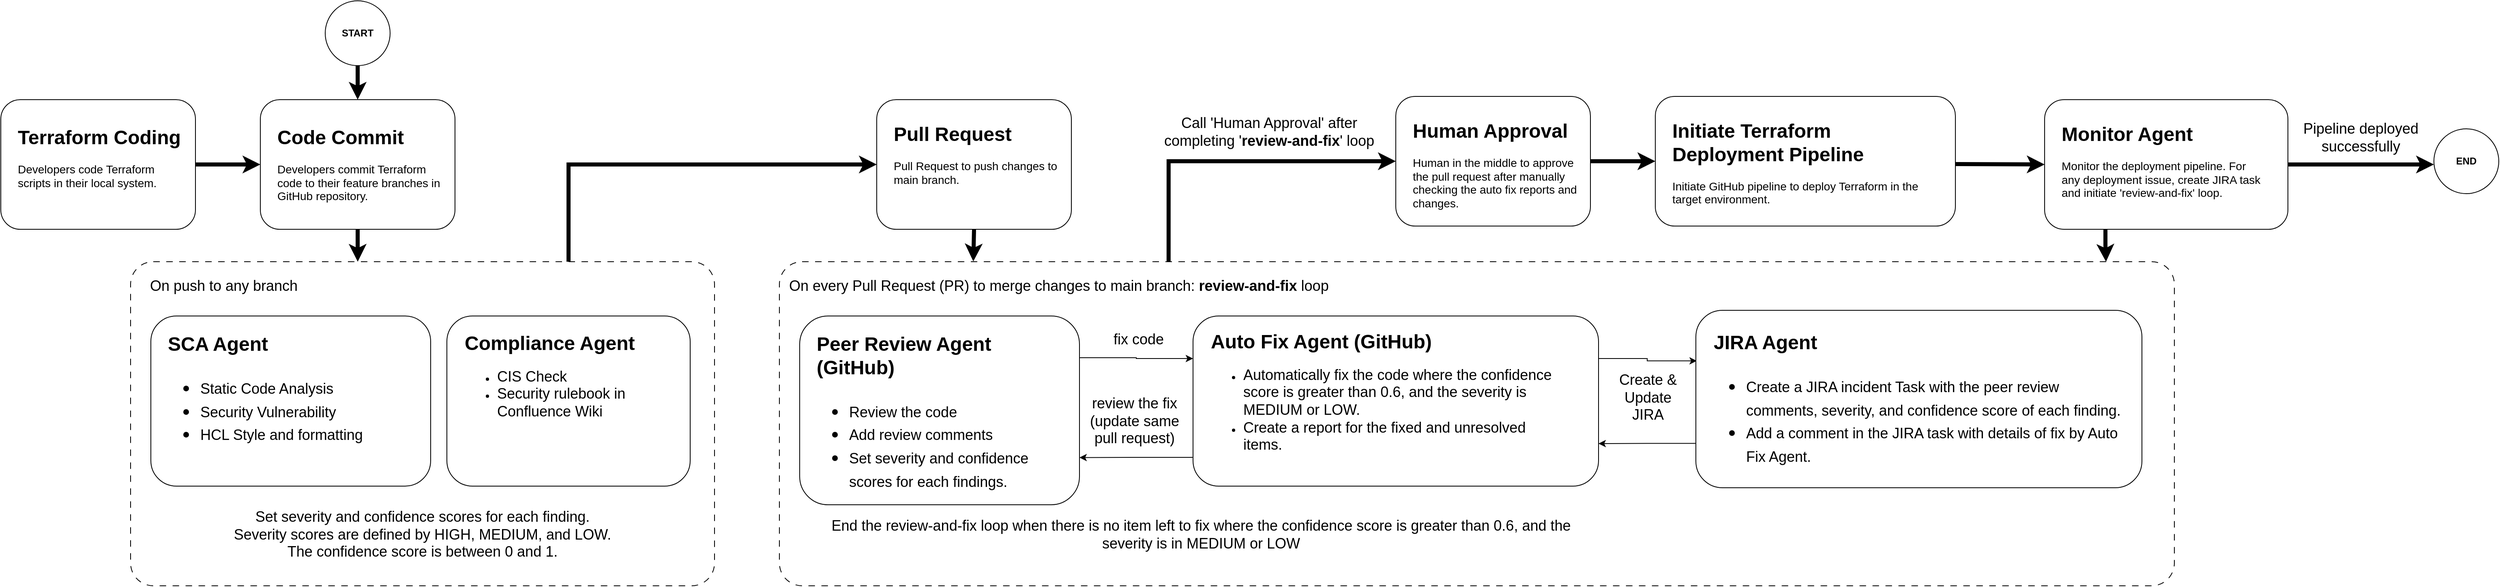
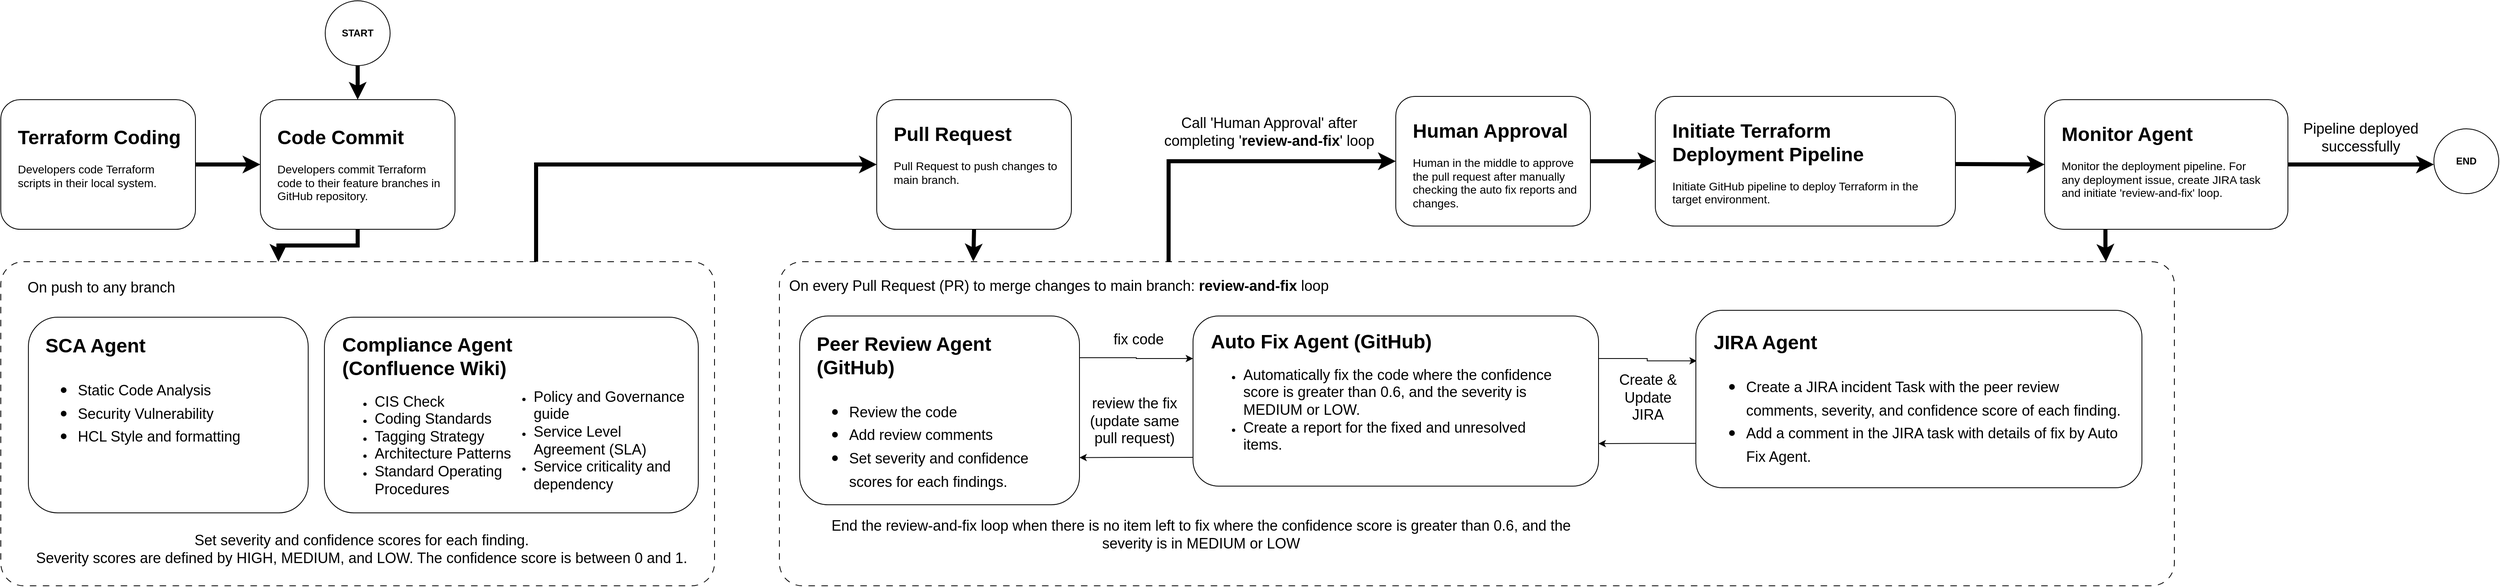
<mxfile host="app.diagrams.net">
  <diagram name="Page-1" id="llQ14HlxIDWXj9B5HY60">
    <mxGraphModel dx="1006" dy="638" grid="1" gridSize="10" guides="1" tooltips="1" connect="1" arrows="1" fold="1" page="1" pageScale="1" pageWidth="850" pageHeight="1100" math="0" shadow="0">
      <root>
        <mxCell id="0" />
        <mxCell id="1" parent="0" />
        <mxCell id="IWc9zJM8tDhvkjJ2dRjy-13" edge="1" parent="1" source="IWc9zJM8tDhvkjJ2dRjy-5" style="edgeStyle=orthogonalEdgeStyle;rounded=0;orthogonalLoop=1;jettySize=auto;html=1;entryX=0;entryY=0.5;entryDx=0;entryDy=0;exitX=0.75;exitY=0;exitDx=0;exitDy=0;strokeWidth=5;" target="IWc9zJM8tDhvkjJ2dRjy-1">
          <mxGeometry relative="1" as="geometry" />
        </mxCell>
        <mxCell id="oJW8UGhNAXkty13G2p3x-1" parent="1" style="rounded=1;whiteSpace=wrap;html=1;" value="" vertex="1">
          <mxGeometry height="160" width="240" x="440" y="200" as="geometry" />
        </mxCell>
        <mxCell id="oJW8UGhNAXkty13G2p3x-3" parent="1" style="text;html=1;whiteSpace=wrap;overflow=hidden;rounded=0;" value="&lt;h1 style=&quot;margin-top: 0px;&quot;&gt;Code Commit&lt;/h1&gt;&lt;p&gt;&lt;font style=&quot;font-size: 14px;&quot;&gt;Developers commit Terraform code to their feature branches in GitHub repository.&lt;/font&gt;&lt;/p&gt;" vertex="1">
          <mxGeometry height="100" width="210" x="459" y="226" as="geometry" />
        </mxCell>
        <mxCell id="IWc9zJM8tDhvkjJ2dRjy-35" edge="1" parent="1" source="IWc9zJM8tDhvkjJ2dRjy-14" style="edgeStyle=orthogonalEdgeStyle;rounded=0;orthogonalLoop=1;jettySize=auto;html=1;entryX=0;entryY=0.5;entryDx=0;entryDy=0;exitX=0.279;exitY=0.025;exitDx=0;exitDy=0;exitPerimeter=0;strokeWidth=5;" target="IWc9zJM8tDhvkjJ2dRjy-33">
          <mxGeometry relative="1" as="geometry">
            <Array as="points">
              <mxPoint x="1560" y="276" />
            </Array>
          </mxGeometry>
        </mxCell>
        <mxCell id="IWc9zJM8tDhvkjJ2dRjy-1" parent="1" style="rounded=1;whiteSpace=wrap;html=1;" value="" vertex="1">
          <mxGeometry height="160" width="240" x="1200" y="200" as="geometry" />
        </mxCell>
        <mxCell id="IWc9zJM8tDhvkjJ2dRjy-2" parent="1" style="text;html=1;whiteSpace=wrap;overflow=hidden;rounded=0;" value="&lt;h1 style=&quot;margin-top: 0px;&quot;&gt;Pull Request&lt;/h1&gt;&lt;p&gt;&lt;font style=&quot;font-size: 14px;&quot;&gt;Pull Request to push changes to main branch.&lt;/font&gt;&lt;/p&gt;" vertex="1">
          <mxGeometry height="100" width="210" x="1219" y="222" as="geometry" />
        </mxCell>
        <mxCell id="IWc9zJM8tDhvkjJ2dRjy-12" edge="1" parent="1" source="IWc9zJM8tDhvkjJ2dRjy-3" style="edgeStyle=orthogonalEdgeStyle;rounded=0;orthogonalLoop=1;jettySize=auto;html=1;exitX=1;exitY=0.5;exitDx=0;exitDy=0;entryX=0;entryY=0.5;entryDx=0;entryDy=0;strokeWidth=5;" target="oJW8UGhNAXkty13G2p3x-1">
          <mxGeometry relative="1" as="geometry" />
        </mxCell>
        <mxCell id="IWc9zJM8tDhvkjJ2dRjy-3" parent="1" style="rounded=1;whiteSpace=wrap;html=1;" value="" vertex="1">
          <mxGeometry height="160" width="240" x="120" y="200" as="geometry" />
        </mxCell>
        <mxCell id="IWc9zJM8tDhvkjJ2dRjy-4" parent="1" style="text;html=1;whiteSpace=wrap;overflow=hidden;rounded=0;" value="&lt;h1 style=&quot;margin-top: 0px;&quot;&gt;Terraform Coding&lt;/h1&gt;&lt;p&gt;&lt;font style=&quot;font-size: 14px;&quot;&gt;Developers code Terraform scripts in their local system.&lt;/font&gt;&lt;/p&gt;" vertex="1">
          <mxGeometry height="100" width="210" x="139" y="226" as="geometry" />
        </mxCell>
        <mxCell id="IWc9zJM8tDhvkjJ2dRjy-5" parent="1" style="rounded=1;whiteSpace=wrap;html=1;arcSize=7;dashed=1;dashPattern=8 8;" value="" vertex="1">
-           <mxGeometry height="400" width="720" x="280" y="400" as="geometry" />
+           <mxGeometry height="400" width="880" x="120" y="400" as="geometry" />
        </mxCell>
        <mxCell id="IWc9zJM8tDhvkjJ2dRjy-6" parent="1" style="text;html=1;whiteSpace=wrap;strokeColor=none;fillColor=none;align=center;verticalAlign=middle;rounded=0;" value="&lt;font style=&quot;font-size: 18px;&quot;&gt;On push to any branch&lt;/font&gt;" vertex="1">
-           <mxGeometry height="30" width="210" x="290" y="415" as="geometry" />
+           <mxGeometry height="30" width="210" x="139" y="416.5" as="geometry" />
        </mxCell>
        <mxCell id="IWc9zJM8tDhvkjJ2dRjy-7" parent="1" style="rounded=1;whiteSpace=wrap;html=1;" value="" vertex="1">
-           <mxGeometry height="210" width="345" x="305" y="467" as="geometry" />
+           <mxGeometry height="241.5" width="345" x="154" y="468.5" as="geometry" />
        </mxCell>
        <mxCell id="IWc9zJM8tDhvkjJ2dRjy-8" parent="1" style="text;html=1;whiteSpace=wrap;overflow=hidden;rounded=0;" value="&lt;h1 style=&quot;margin-top: 0px;&quot;&gt;SCA Agent&lt;/h1&gt;&lt;h1 style=&quot;margin-top: 0px;&quot;&gt;&lt;p style=&quot;font-size: 12px; font-weight: 400;&quot;&gt;&lt;/p&gt;&lt;ul&gt;&lt;li&gt;&lt;span style=&quot;font-size: 18px; font-weight: normal;&quot;&gt;Static Code Analysis&lt;/span&gt;&lt;/li&gt;&lt;li&gt;&lt;span style=&quot;font-size: 18px; font-weight: normal;&quot;&gt;Security Vulnerability&lt;/span&gt;&lt;/li&gt;&lt;li&gt;&lt;span style=&quot;font-size: 18px; font-weight: normal;&quot;&gt;HCL Style and formatting&lt;/span&gt;&lt;/li&gt;&lt;/ul&gt;&lt;p&gt;&lt;/p&gt;&lt;/h1&gt;" vertex="1">
-           <mxGeometry height="183" width="306" x="324" y="481" as="geometry" />
+           <mxGeometry height="183" width="306" x="173" y="482.5" as="geometry" />
        </mxCell>
        <mxCell id="IWc9zJM8tDhvkjJ2dRjy-9" parent="1" style="rounded=1;whiteSpace=wrap;html=1;" value="" vertex="1">
-           <mxGeometry height="210" width="300" x="670" y="467" as="geometry" />
+           <mxGeometry height="241.5" width="461" x="519" y="468.5" as="geometry" />
        </mxCell>
-         <mxCell id="IWc9zJM8tDhvkjJ2dRjy-10" parent="1" style="text;html=1;whiteSpace=wrap;overflow=hidden;rounded=0;" value="&lt;h1 style=&quot;margin-top: 0px;&quot;&gt;Compliance Agent&lt;/h1&gt;&lt;p&gt;&lt;/p&gt;&lt;ul&gt;&lt;li&gt;&lt;span style=&quot;font-size: 18px;&quot;&gt;CIS Check&lt;/span&gt;&lt;/li&gt;&lt;li&gt;&lt;span style=&quot;font-size: 18px;&quot;&gt;Security rulebook in Confluence Wiki&lt;/span&gt;&lt;/li&gt;&lt;/ul&gt;&lt;p&gt;&lt;/p&gt;" vertex="1">
-           <mxGeometry height="180" width="269" x="690" y="480" as="geometry" />
+         <mxCell id="IWc9zJM8tDhvkjJ2dRjy-10" parent="1" style="text;html=1;whiteSpace=wrap;overflow=hidden;rounded=0;" value="&lt;h1 style=&quot;margin-top: 0px;&quot;&gt;Compliance Agent (Confluence Wiki)&lt;/h1&gt;&lt;p&gt;&lt;/p&gt;&lt;ul&gt;&lt;li&gt;&lt;span style=&quot;font-size: 18px;&quot;&gt;CIS Check&lt;/span&gt;&lt;/li&gt;&lt;li&gt;&lt;span style=&quot;font-size: 18px;&quot;&gt;Coding Standards&lt;/span&gt;&lt;/li&gt;&lt;li&gt;&lt;span style=&quot;font-size: 18px;&quot;&gt;Tagging Strategy&lt;/span&gt;&lt;/li&gt;&lt;li&gt;&lt;span style=&quot;font-size: 18px;&quot;&gt;Architecture Patterns&lt;/span&gt;&lt;/li&gt;&lt;li&gt;&lt;span style=&quot;font-size: 18px;&quot;&gt;Standard Operating Procedures&lt;/span&gt;&lt;/li&gt;&lt;/ul&gt;&lt;p&gt;&lt;/p&gt;" vertex="1">
+           <mxGeometry height="218.5" width="261" x="539" y="481.5" as="geometry" />
        </mxCell>
        <mxCell id="IWc9zJM8tDhvkjJ2dRjy-11" edge="1" parent="1" source="oJW8UGhNAXkty13G2p3x-1" style="edgeStyle=orthogonalEdgeStyle;rounded=0;orthogonalLoop=1;jettySize=auto;html=1;exitX=0.5;exitY=1;exitDx=0;exitDy=0;entryX=0.389;entryY=0;entryDx=0;entryDy=0;entryPerimeter=0;strokeWidth=5;" target="IWc9zJM8tDhvkjJ2dRjy-5">
          <mxGeometry relative="1" as="geometry" />
        </mxCell>
        <mxCell id="IWc9zJM8tDhvkjJ2dRjy-14" parent="1" style="rounded=1;whiteSpace=wrap;html=1;arcSize=7;dashed=1;dashPattern=8 8;" value="" vertex="1">
          <mxGeometry height="400" width="1720" x="1080" y="400" as="geometry" />
        </mxCell>
        <mxCell id="IWc9zJM8tDhvkjJ2dRjy-15" parent="1" style="text;html=1;whiteSpace=wrap;strokeColor=none;fillColor=none;align=left;verticalAlign=middle;rounded=0;" value="&lt;font style=&quot;font-size: 18px;&quot;&gt;On every Pull Request (PR) to merge changes to main branch: &lt;b&gt;review-and-fix &lt;/b&gt;loop&lt;/font&gt;" vertex="1">
          <mxGeometry height="30" width="740" x="1090" y="415" as="geometry" />
        </mxCell>
        <mxCell id="IWc9zJM8tDhvkjJ2dRjy-22" edge="1" parent="1" source="IWc9zJM8tDhvkjJ2dRjy-16" style="edgeStyle=orthogonalEdgeStyle;rounded=0;orthogonalLoop=1;jettySize=auto;html=1;exitX=1;exitY=0.221;exitDx=0;exitDy=0;entryX=0;entryY=0.25;entryDx=0;entryDy=0;exitPerimeter=0;" target="IWc9zJM8tDhvkjJ2dRjy-18">
          <mxGeometry relative="1" as="geometry" />
        </mxCell>
        <mxCell id="IWc9zJM8tDhvkjJ2dRjy-16" parent="1" style="rounded=1;whiteSpace=wrap;html=1;" value="" vertex="1">
          <mxGeometry height="233" width="345" x="1105" y="467" as="geometry" />
        </mxCell>
        <mxCell id="IWc9zJM8tDhvkjJ2dRjy-17" parent="1" style="text;html=1;whiteSpace=wrap;overflow=hidden;rounded=0;" value="&lt;h1 style=&quot;margin-top: 0px;&quot;&gt;Peer Review Agent (GitHub)&lt;/h1&gt;&lt;h1 style=&quot;margin-top: 0px;&quot;&gt;&lt;p style=&quot;font-size: 12px; font-weight: 400;&quot;&gt;&lt;/p&gt;&lt;ul&gt;&lt;li&gt;&lt;span style=&quot;font-size: 18px; font-weight: 400;&quot;&gt;Review the code&lt;/span&gt;&lt;/li&gt;&lt;li&gt;&lt;span style=&quot;font-size: 18px; font-weight: 400;&quot;&gt;Add review comments&lt;/span&gt;&lt;/li&gt;&lt;li&gt;&lt;span style=&quot;font-size: 18px; font-weight: 400;&quot;&gt;Set severity and confidence scores for each findings.&lt;/span&gt;&lt;/li&gt;&lt;/ul&gt;&lt;p&gt;&lt;/p&gt;&lt;/h1&gt;" vertex="1">
          <mxGeometry height="209" width="306" x="1124" y="481" as="geometry" />
        </mxCell>
        <mxCell id="IWc9zJM8tDhvkjJ2dRjy-23" edge="1" parent="1" source="IWc9zJM8tDhvkjJ2dRjy-18" style="edgeStyle=orthogonalEdgeStyle;rounded=0;orthogonalLoop=1;jettySize=auto;html=1;exitX=0;exitY=0.831;exitDx=0;exitDy=0;entryX=1;entryY=0.75;entryDx=0;entryDy=0;exitPerimeter=0;" target="IWc9zJM8tDhvkjJ2dRjy-16">
          <mxGeometry relative="1" as="geometry" />
        </mxCell>
        <mxCell id="IWc9zJM8tDhvkjJ2dRjy-31" edge="1" parent="1" source="IWc9zJM8tDhvkjJ2dRjy-18" style="edgeStyle=orthogonalEdgeStyle;rounded=0;orthogonalLoop=1;jettySize=auto;html=1;exitX=1;exitY=0.25;exitDx=0;exitDy=0;entryX=0.002;entryY=0.285;entryDx=0;entryDy=0;entryPerimeter=0;" target="IWc9zJM8tDhvkjJ2dRjy-27">
          <mxGeometry relative="1" as="geometry" />
        </mxCell>
        <mxCell id="IWc9zJM8tDhvkjJ2dRjy-18" parent="1" style="rounded=1;whiteSpace=wrap;html=1;" value="" vertex="1">
          <mxGeometry height="210" width="500" x="1590" y="467" as="geometry" />
        </mxCell>
        <mxCell id="IWc9zJM8tDhvkjJ2dRjy-19" parent="1" style="text;html=1;whiteSpace=wrap;overflow=hidden;rounded=0;" value="&lt;h1 style=&quot;margin-top: 0px;&quot;&gt;Auto Fix Agent (GitHub)&lt;/h1&gt;&lt;p&gt;&lt;/p&gt;&lt;ul&gt;&lt;li&gt;&lt;span style=&quot;font-size: 18px;&quot;&gt;Automatically fix the code where the confidence score is greater than 0.6, and the severity is MEDIUM or LOW.&amp;nbsp;&lt;/span&gt;&lt;/li&gt;&lt;li&gt;&lt;span style=&quot;font-size: 18px;&quot;&gt;Create a report for the fixed and unresolved items.&lt;/span&gt;&lt;/li&gt;&lt;/ul&gt;&lt;p&gt;&lt;/p&gt;" vertex="1">
          <mxGeometry height="192" width="440" x="1610" y="478" as="geometry" />
        </mxCell>
-         <mxCell id="IWc9zJM8tDhvkjJ2dRjy-20" parent="1" style="text;whiteSpace=wrap;fontSize=18;align=center;" value="Set severity and confidence scores for each finding.&#xa;Severity scores are defined by HIGH, MEDIUM, and LOW.&#xa;The confidence score is between 0 and 1." vertex="1">
-           <mxGeometry height="77" width="640" x="320" y="698" as="geometry" />
+         <mxCell id="IWc9zJM8tDhvkjJ2dRjy-20" parent="1" style="text;whiteSpace=wrap;fontSize=18;align=center;" value="Set severity and confidence scores for each finding.&#xa;Severity scores are defined by HIGH, MEDIUM, and LOW. The confidence score is between 0 and 1." vertex="1">
+           <mxGeometry height="50.5" width="830" x="150" y="726.5" as="geometry" />
        </mxCell>
        <mxCell id="IWc9zJM8tDhvkjJ2dRjy-21" edge="1" parent="1" source="IWc9zJM8tDhvkjJ2dRjy-1" style="edgeStyle=orthogonalEdgeStyle;rounded=0;orthogonalLoop=1;jettySize=auto;html=1;exitX=0.5;exitY=1;exitDx=0;exitDy=0;entryX=0.139;entryY=-0.001;entryDx=0;entryDy=0;entryPerimeter=0;strokeWidth=5;" target="IWc9zJM8tDhvkjJ2dRjy-14">
          <mxGeometry relative="1" as="geometry" />
        </mxCell>
        <mxCell id="IWc9zJM8tDhvkjJ2dRjy-24" parent="1" style="text;html=1;whiteSpace=wrap;strokeColor=none;fillColor=none;align=center;verticalAlign=middle;rounded=0;" value="&lt;font style=&quot;font-size: 18px;&quot;&gt;fix code&lt;/font&gt;" vertex="1">
          <mxGeometry height="30" width="82" x="1482" y="481" as="geometry" />
        </mxCell>
        <mxCell id="IWc9zJM8tDhvkjJ2dRjy-25" parent="1" style="text;html=1;whiteSpace=wrap;strokeColor=none;fillColor=none;align=center;verticalAlign=middle;rounded=0;" value="&lt;font style=&quot;font-size: 18px;&quot;&gt;review the fix (update same pull request)&lt;/font&gt;" vertex="1">
          <mxGeometry height="67" width="120" x="1458" y="563" as="geometry" />
        </mxCell>
        <mxCell id="IWc9zJM8tDhvkjJ2dRjy-26" parent="1" style="text;html=1;whiteSpace=wrap;strokeColor=none;fillColor=none;align=center;verticalAlign=middle;rounded=0;" value="&lt;font style=&quot;font-size: 18px;&quot;&gt;End the review-and-fix loop when there is no item left to fix where the confidence score is greater than 0.6, and the severity is in MEDIUM or LOW&lt;/font&gt;" vertex="1">
          <mxGeometry height="50" width="980" x="1110" y="711.5" as="geometry" />
        </mxCell>
        <mxCell id="IWc9zJM8tDhvkjJ2dRjy-30" edge="1" parent="1" source="IWc9zJM8tDhvkjJ2dRjy-27" style="edgeStyle=orthogonalEdgeStyle;rounded=0;orthogonalLoop=1;jettySize=auto;html=1;exitX=0;exitY=0.75;exitDx=0;exitDy=0;entryX=1;entryY=0.75;entryDx=0;entryDy=0;" target="IWc9zJM8tDhvkjJ2dRjy-18">
          <mxGeometry relative="1" as="geometry" />
        </mxCell>
        <mxCell id="IWc9zJM8tDhvkjJ2dRjy-27" parent="1" style="rounded=1;whiteSpace=wrap;html=1;" value="" vertex="1">
          <mxGeometry height="219" width="550" x="2210" y="460" as="geometry" />
        </mxCell>
        <mxCell id="IWc9zJM8tDhvkjJ2dRjy-28" parent="1" style="text;html=1;whiteSpace=wrap;overflow=hidden;rounded=0;" value="&lt;h1 style=&quot;margin-top: 0px;&quot;&gt;JIRA Agent&lt;/h1&gt;&lt;h1 style=&quot;margin-top: 0px;&quot;&gt;&lt;p style=&quot;font-size: 12px; font-weight: 400;&quot;&gt;&lt;/p&gt;&lt;ul&gt;&lt;li&gt;&lt;span style=&quot;font-size: 18px; font-weight: 400;&quot;&gt;Create a JIRA incident Task with the peer review comments, severity, and confidence score of each finding.&lt;/span&gt;&lt;/li&gt;&lt;li&gt;&lt;span style=&quot;font-size: 18px; font-weight: 400;&quot;&gt;Add a comment in the JIRA task with details of fix by Auto Fix Agent.&lt;/span&gt;&lt;/li&gt;&lt;/ul&gt;&lt;p&gt;&lt;/p&gt;&lt;/h1&gt;" vertex="1">
          <mxGeometry height="191" width="510" x="2230" y="479" as="geometry" />
        </mxCell>
        <mxCell id="IWc9zJM8tDhvkjJ2dRjy-32" parent="1" style="text;html=1;whiteSpace=wrap;strokeColor=none;fillColor=none;align=center;verticalAlign=middle;rounded=0;" value="&lt;font style=&quot;font-size: 18px;&quot;&gt;Create &amp;amp; Update JIRA&lt;/font&gt;" vertex="1">
          <mxGeometry height="57.5" width="102" x="2100" y="539" as="geometry" />
        </mxCell>
        <mxCell id="IWc9zJM8tDhvkjJ2dRjy-39" edge="1" parent="1" source="IWc9zJM8tDhvkjJ2dRjy-33" style="edgeStyle=orthogonalEdgeStyle;rounded=0;orthogonalLoop=1;jettySize=auto;html=1;exitX=1;exitY=0.5;exitDx=0;exitDy=0;entryX=0;entryY=0.5;entryDx=0;entryDy=0;strokeWidth=5;" target="IWc9zJM8tDhvkjJ2dRjy-37">
          <mxGeometry relative="1" as="geometry" />
        </mxCell>
        <mxCell id="IWc9zJM8tDhvkjJ2dRjy-33" parent="1" style="rounded=1;whiteSpace=wrap;html=1;" value="" vertex="1">
          <mxGeometry height="160" width="240" x="1840" y="196" as="geometry" />
        </mxCell>
        <mxCell id="IWc9zJM8tDhvkjJ2dRjy-34" parent="1" style="text;html=1;whiteSpace=wrap;overflow=hidden;rounded=0;" value="&lt;h1 style=&quot;margin-top: 0px;&quot;&gt;Human Approval&lt;/h1&gt;&lt;p&gt;&lt;font style=&quot;font-size: 14px;&quot;&gt;Human in the middle to approve the pull request after manually checking the auto fix reports and changes.&amp;nbsp;&lt;/font&gt;&lt;/p&gt;" vertex="1">
          <mxGeometry height="122" width="210" x="1859" y="218" as="geometry" />
        </mxCell>
        <mxCell id="IWc9zJM8tDhvkjJ2dRjy-36" parent="1" style="text;html=1;whiteSpace=wrap;strokeColor=none;fillColor=none;align=center;verticalAlign=middle;rounded=0;" value="&lt;font style=&quot;font-size: 18px;&quot;&gt;Call &#39;Human Approval&#39; after completing &#39;&lt;b&gt;review-and-fix&lt;/b&gt;&#39; loop&lt;/font&gt;" vertex="1">
          <mxGeometry height="60" width="268" x="1550" y="210" as="geometry" />
        </mxCell>
        <mxCell id="IWc9zJM8tDhvkjJ2dRjy-37" parent="1" style="rounded=1;whiteSpace=wrap;html=1;" value="" vertex="1">
          <mxGeometry height="160" width="370" x="2160" y="196" as="geometry" />
        </mxCell>
        <mxCell id="IWc9zJM8tDhvkjJ2dRjy-38" parent="1" style="text;html=1;whiteSpace=wrap;overflow=hidden;rounded=0;" value="&lt;h1 style=&quot;margin-top: 0px;&quot;&gt;Initiate Terraform Deployment Pipeline&lt;/h1&gt;&lt;p&gt;&lt;font style=&quot;font-size: 14px;&quot;&gt;Initiate GitHub pipeline to deploy Terraform in the target environment.&lt;/font&gt;&amp;nbsp;&amp;nbsp;&lt;/p&gt;" vertex="1">
          <mxGeometry height="112" width="341" x="2179" y="218" as="geometry" />
        </mxCell>
        <mxCell id="IWc9zJM8tDhvkjJ2dRjy-41" edge="1" parent="1" source="IWc9zJM8tDhvkjJ2dRjy-40" style="edgeStyle=orthogonalEdgeStyle;rounded=0;orthogonalLoop=1;jettySize=auto;html=1;exitX=0.5;exitY=1;exitDx=0;exitDy=0;entryX=0.5;entryY=0;entryDx=0;entryDy=0;strokeWidth=5;" target="oJW8UGhNAXkty13G2p3x-1">
          <mxGeometry relative="1" as="geometry" />
        </mxCell>
        <mxCell id="IWc9zJM8tDhvkjJ2dRjy-40" parent="1" style="ellipse;whiteSpace=wrap;html=1;aspect=fixed;fontStyle=1" value="START" vertex="1">
          <mxGeometry height="80" width="80" x="520" y="78" as="geometry" />
        </mxCell>
        <mxCell id="IWc9zJM8tDhvkjJ2dRjy-47" edge="1" parent="1" source="IWc9zJM8tDhvkjJ2dRjy-42" style="edgeStyle=orthogonalEdgeStyle;rounded=0;orthogonalLoop=1;jettySize=auto;html=1;exitX=1;exitY=0.5;exitDx=0;exitDy=0;strokeWidth=5;">
          <mxGeometry relative="1" as="geometry">
            <mxPoint x="3120" y="280" as="targetPoint" />
          </mxGeometry>
        </mxCell>
        <mxCell id="IWc9zJM8tDhvkjJ2dRjy-42" parent="1" style="rounded=1;whiteSpace=wrap;html=1;" value="" vertex="1">
          <mxGeometry height="160" width="300" x="2640" y="200" as="geometry" />
        </mxCell>
        <mxCell id="IWc9zJM8tDhvkjJ2dRjy-43" parent="1" style="text;html=1;whiteSpace=wrap;overflow=hidden;rounded=0;" value="&lt;h1 style=&quot;margin-top: 0px;&quot;&gt;Monitor Agent&lt;/h1&gt;&lt;p&gt;&lt;font style=&quot;font-size: 14px;&quot;&gt;Monitor the deployment pipeline.&amp;nbsp;&lt;span style=&quot;background-color: transparent; color: light-dark(rgb(0, 0, 0), rgb(255, 255, 255));&quot;&gt;F&lt;/span&gt;&lt;span style=&quot;background-color: transparent; color: light-dark(rgb(0, 0, 0), rgb(255, 255, 255));&quot;&gt;or any deployment issue, create JIRA task and initiate &#39;review-and-fix&#39; loop.&lt;/span&gt;&lt;/font&gt;&lt;/p&gt;" vertex="1">
          <mxGeometry height="112" width="251" x="2659" y="222" as="geometry" />
        </mxCell>
        <mxCell id="IWc9zJM8tDhvkjJ2dRjy-44" edge="1" parent="1" style="edgeStyle=orthogonalEdgeStyle;rounded=0;orthogonalLoop=1;jettySize=auto;html=1;exitX=1;exitY=0.5;exitDx=0;exitDy=0;entryX=0;entryY=0.5;entryDx=0;entryDy=0;strokeWidth=5;" target="IWc9zJM8tDhvkjJ2dRjy-42">
          <mxGeometry relative="1" as="geometry">
            <mxPoint x="2530" y="279.5" as="sourcePoint" />
            <mxPoint x="2610" y="279.5" as="targetPoint" />
          </mxGeometry>
        </mxCell>
        <mxCell id="IWc9zJM8tDhvkjJ2dRjy-45" edge="1" parent="1" source="IWc9zJM8tDhvkjJ2dRjy-42" style="edgeStyle=orthogonalEdgeStyle;rounded=0;orthogonalLoop=1;jettySize=auto;html=1;exitX=0.25;exitY=1;exitDx=0;exitDy=0;entryX=0.951;entryY=0;entryDx=0;entryDy=0;entryPerimeter=0;strokeWidth=5;" target="IWc9zJM8tDhvkjJ2dRjy-14">
          <mxGeometry relative="1" as="geometry" />
        </mxCell>
        <mxCell id="IWc9zJM8tDhvkjJ2dRjy-46" parent="1" style="ellipse;whiteSpace=wrap;html=1;aspect=fixed;fontStyle=1" value="END" vertex="1">
          <mxGeometry height="80" width="80" x="3120" y="236" as="geometry" />
        </mxCell>
        <mxCell id="IWc9zJM8tDhvkjJ2dRjy-48" parent="1" style="text;html=1;whiteSpace=wrap;strokeColor=none;fillColor=none;align=center;verticalAlign=middle;rounded=0;" value="&lt;font style=&quot;font-size: 18px;&quot;&gt;Pipeline deployed successfully&lt;/font&gt;" vertex="1">
          <mxGeometry height="57.5" width="160" x="2950" y="218" as="geometry" />
        </mxCell>
+         <mxCell id="IWc9zJM8tDhvkjJ2dRjy-50" parent="1" style="text;html=1;whiteSpace=wrap;overflow=hidden;rounded=0;" value="&lt;h1 style=&quot;margin-top: 0px;&quot;&gt;&lt;br&gt;&lt;/h1&gt;&lt;ul&gt;&lt;li&gt;&lt;span style=&quot;font-size: 18px;&quot;&gt;Policy and Governance guide&lt;/span&gt;&lt;/li&gt;&lt;li&gt;&lt;span style=&quot;font-size: 18px;&quot;&gt;Service Level Agreement (SLA)&lt;/span&gt;&lt;/li&gt;&lt;li&gt;&lt;span style=&quot;font-size: 18px;&quot;&gt;Service criticality and dependency&lt;/span&gt;&lt;/li&gt;&lt;/ul&gt;&lt;p&gt;&lt;/p&gt;" vertex="1">
+           <mxGeometry height="200" width="240" x="735" y="505" as="geometry" />
+         </mxCell>
      </root>
    </mxGraphModel>
  </diagram>
</mxfile>
